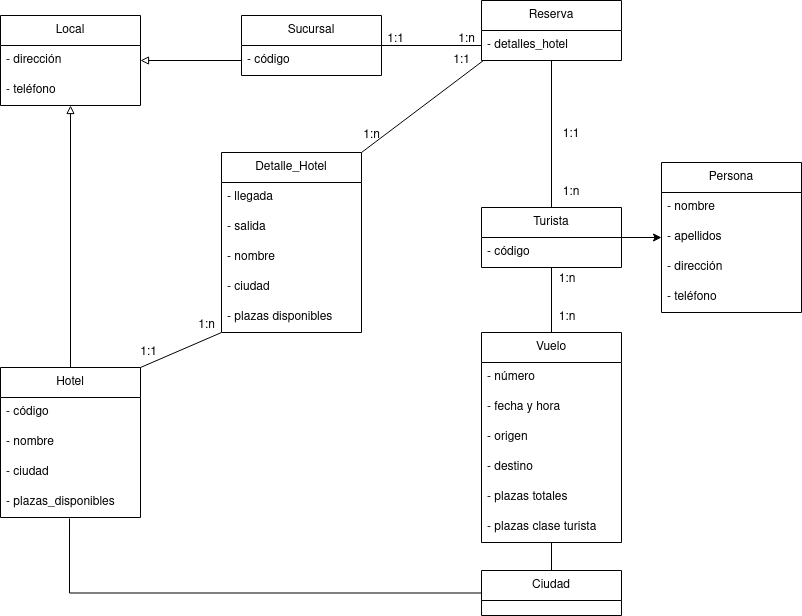
colidom/ets keeps this draw.io diagram as Tema 5. Diagramas de clase/Tarea 2. Agencia viajes/img/AgenciaViajes.drawio.png. Above is the earlier version. Source tidied: cells renumbered, new cells last; positions are measured from the earlier drawing's top-left corner, leaving out a move shared by most shapes.
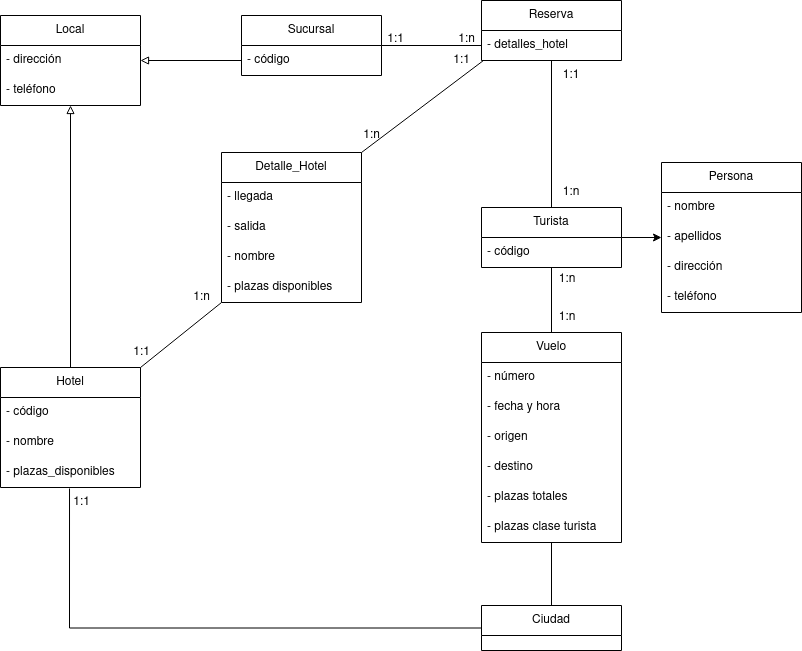
After the change.

Diff of the diagram source:
```diff
@@ -44,7 +44,7 @@
       <mxGeometry relative="1" as="geometry" />
     </mxCell>
     <mxCell id="15" value="Hotel" style="swimlane;fontStyle=0;horizontal=1;startSize=30;whiteSpace=wrap;html=1;" parent="1" vertex="1">
-      <mxGeometry y="367" width="140" height="150" as="geometry" />
+      <mxGeometry y="367" width="140" height="120" as="geometry" />
     </mxCell>
     <mxCell id="16" value="- código" style="text;strokeColor=none;fillColor=none;align=left;verticalAlign=middle;spacingLeft=4;spacingRight=4;overflow=hidden;whiteSpace=wrap;html=1;" parent="15" vertex="1">
       <mxGeometry y="30" width="140" height="30" as="geometry" />
@@ -52,11 +52,8 @@
     <mxCell id="17" value="- nombre" style="text;strokeColor=none;fillColor=none;align=left;verticalAlign=middle;spacingLeft=4;spacingRight=4;overflow=hidden;whiteSpace=wrap;html=1;" parent="15" vertex="1">
       <mxGeometry y="60" width="140" height="30" as="geometry" />
     </mxCell>
-    <mxCell id="18" value="- ciudad" style="text;strokeColor=none;fillColor=none;align=left;verticalAlign=middle;spacingLeft=4;spacingRight=4;overflow=hidden;whiteSpace=wrap;html=1;" parent="15" vertex="1">
-      <mxGeometry y="90" width="140" height="30" as="geometry" />
-    </mxCell>
     <mxCell id="19" value="- plazas_disponibles" style="text;strokeColor=none;fillColor=none;align=left;verticalAlign=middle;spacingLeft=4;spacingRight=4;overflow=hidden;points=[[0,0.5],[1,0.5]];portConstraint=eastwest;whiteSpace=wrap;html=1;" parent="15" vertex="1">
-      <mxGeometry y="120" width="140" height="30" as="geometry" />
+      <mxGeometry y="90" width="140" height="30" as="geometry" />
     </mxCell>
     <mxCell id="20" value="Reserva" style="swimlane;fontStyle=0;horizontal=1;startSize=30;whiteSpace=wrap;html=1;" parent="1" vertex="1">
       <mxGeometry x="481" width="140" height="60" as="geometry" />
@@ -92,7 +89,7 @@
       <mxGeometry relative="1" as="geometry" />
     </mxCell>
     <mxCell id="31" value="Ciudad" style="swimlane;fontStyle=0;horizontal=1;startSize=30;whiteSpace=wrap;html=1;" parent="1" vertex="1">
-      <mxGeometry x="481" y="570" width="140" height="45" as="geometry" />
+      <mxGeometry x="481" y="605" width="140" height="45" as="geometry" />
     </mxCell>
     <mxCell id="32" style="rounded=0;jettySize=auto;html=1;startArrow=none;startFill=0;endArrow=block;endFill=0;entryX=0.5;entryY=1;entryDx=0;entryDy=0;exitX=0.5;exitY=0;exitDx=0;exitDy=0;" parent="1" edge="1" source="15" target="10">
       <mxGeometry relative="1" as="geometry" />
@@ -113,7 +110,7 @@
       <mxGeometry relative="1" as="geometry" />
     </mxCell>
     <mxCell id="38" value="1:1" style="text;html=1;strokeColor=none;fillColor=none;align=center;verticalAlign=middle;whiteSpace=wrap;rounded=0;" parent="1" vertex="1">
-      <mxGeometry x="541" y="119" width="60" height="30" as="geometry" />
+      <mxGeometry x="541" y="60" width="60" height="30" as="geometry" />
     </mxCell>
     <mxCell id="39" value="1:n" style="text;html=1;strokeColor=none;fillColor=none;align=center;verticalAlign=middle;whiteSpace=wrap;rounded=0;" parent="1" vertex="1">
       <mxGeometry x="541" y="176" width="60" height="31" as="geometry" />
@@ -125,7 +122,7 @@
       <mxGeometry x="537" y="301" width="60" height="31" as="geometry" />
     </mxCell>
     <mxCell id="42" value="Detalle_Hotel" style="swimlane;fontStyle=0;horizontal=1;startSize=30;whiteSpace=wrap;html=1;" parent="1" vertex="1">
-      <mxGeometry x="221" y="152" width="140" height="180" as="geometry" />
+      <mxGeometry x="221" y="152" width="140" height="150" as="geometry" />
     </mxCell>
     <mxCell id="43" value="- llegada&lt;span style=&quot;white-space: pre;&quot;&gt;&#9;&lt;/span&gt;" style="text;strokeColor=none;fillColor=none;align=left;verticalAlign=middle;spacingLeft=4;spacingRight=4;overflow=hidden;whiteSpace=wrap;html=1;" parent="42" vertex="1">
       <mxGeometry y="30" width="140" height="30" as="geometry" />
@@ -136,11 +133,8 @@
     <mxCell id="45" value="- nombre" style="text;strokeColor=none;fillColor=none;align=left;verticalAlign=middle;spacingLeft=4;spacingRight=4;overflow=hidden;whiteSpace=wrap;html=1;" parent="42" vertex="1">
       <mxGeometry y="90" width="140" height="30" as="geometry" />
     </mxCell>
-    <mxCell id="46" value="- ciudad" style="text;strokeColor=none;fillColor=none;align=left;verticalAlign=middle;spacingLeft=4;spacingRight=4;overflow=hidden;whiteSpace=wrap;html=1;" parent="42" vertex="1">
-      <mxGeometry y="120" width="140" height="30" as="geometry" />
-    </mxCell>
     <mxCell id="47" value="- plazas disponibles" style="text;strokeColor=none;fillColor=none;align=left;verticalAlign=middle;spacingLeft=4;spacingRight=4;overflow=hidden;whiteSpace=wrap;html=1;" parent="42" vertex="1">
-      <mxGeometry y="150" width="140" height="30" as="geometry" />
+      <mxGeometry y="120" width="140" height="30" as="geometry" />
     </mxCell>
     <mxCell id="48" style="endArrow=none;html=1;rounded=0;entryX=0.014;entryY=1;entryDx=0;entryDy=0;entryPerimeter=0;exitX=1;exitY=0;exitDx=0;exitDy=0;" parent="1" edge="1" source="42" target="21">
       <mxGeometry relative="1" as="geometry" />
@@ -155,13 +149,16 @@
       <mxGeometry x="441" y="45" width="40" height="30" as="geometry" />
     </mxCell>
     <mxCell id="52" value="1:n" style="text;html=1;align=center;verticalAlign=middle;strokeColor=none;fillColor=none;" parent="1" vertex="1">
-      <mxGeometry x="186" y="310" width="40" height="30" as="geometry" />
+      <mxGeometry x="181" y="282" width="40" height="30" as="geometry" />
     </mxCell>
     <mxCell id="53" value="1:1" style="text;html=1;align=center;verticalAlign=middle;strokeColor=none;fillColor=none;" parent="1" vertex="1">
-      <mxGeometry x="128" y="337" width="40" height="30" as="geometry" />
+      <mxGeometry x="121" y="337" width="40" height="30" as="geometry" />
     </mxCell>
     <mxCell id="54" value="1:1" style="text;html=1;align=center;verticalAlign=middle;strokeColor=none;fillColor=none;" parent="1" vertex="1">
       <mxGeometry x="375" y="24" width="40" height="30" as="geometry" />
     </mxCell>
+    <mxCell id="55" value="1:1" style="text;html=1;align=center;verticalAlign=middle;strokeColor=none;fillColor=none;" parent="1" vertex="1">
+      <mxGeometry x="61" y="487" width="40" height="30" as="geometry" />
+    </mxCell>
   </root>
 </mxGraphModel>
```
